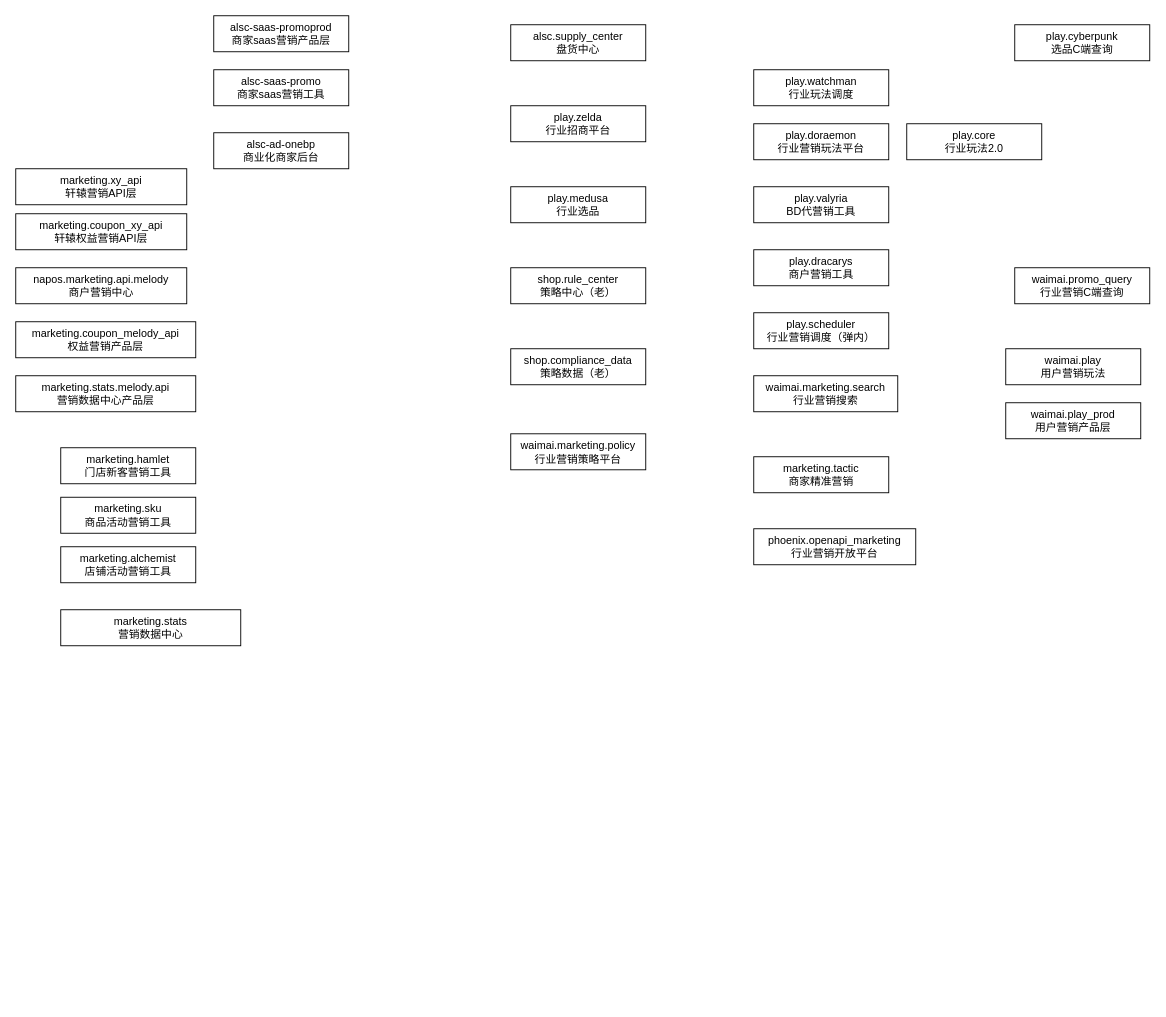
Above: page "招选链路" (8 of 9) of 营销业务梳理.drawio in jon-kong/draw.io (draw.io), before the change. Source tidied: cells renumbered, new cells numbered last; positions are measured from the earlier drawing's top-left corner, leaving out a move shared by most shapes. Both pictures are drawn from the tidied source at 90%, with x=0, y=0 at pixel (15, 15).
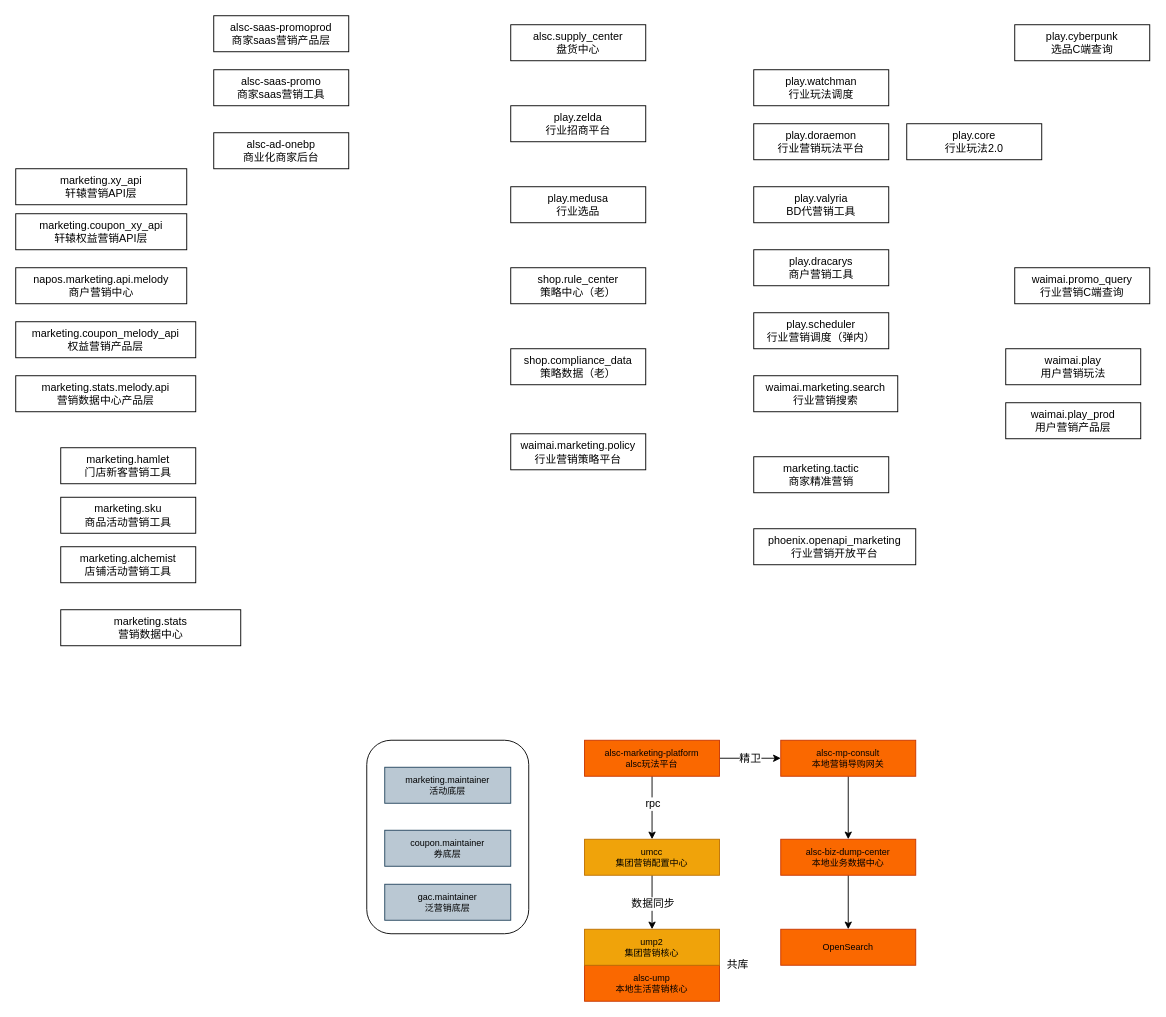
The same diagram, later.

Commit message:
Update 营销业务梳理.drawio

What changed in the source:
```diff
@@
+    <mxCell id="33" style="rounded=1;whiteSpace=wrap;html=1;labelBackgroundColor=none;fontSize=12;fillColor=none;" parent="1" vertex="1">
+      <mxGeometry x="390" y="805" width="180" height="215" as="geometry" />
+    </mxCell>
+    <mxCell id="34" value="marketing.maintainer&lt;br&gt;活动底层" style="rounded=0;fontSize=10;labelBackgroundColor=none;html=1;whiteSpace=wrap;fillColor=#bac8d3;strokeColor=#23445d;" parent="1" vertex="1">
+      <mxGeometry x="410" y="835" width="140" height="40" as="geometry" />
+    </mxCell>
+    <mxCell id="35" style="edgeStyle=orthogonalEdgeStyle;rounded=0;jettySize=auto;html=1;exitX=0.5;exitY=1;exitDx=0;exitDy=0;fontSize=12;" parent="1" edge="1" source="39" target="42">
+      <mxGeometry relative="1" as="geometry" />
+    </mxCell>
+    <mxCell id="36" value="rpc" style="edgeLabel;html=1;align=center;verticalAlign=middle;fontSize=12;" parent="35" vertex="1">
+      <mxGeometry x="-0.14" relative="1" as="geometry" />
+    </mxCell>
+    <mxCell id="37" style="edgeStyle=orthogonalEdgeStyle;rounded=0;jettySize=auto;html=1;exitX=1;exitY=0.5;exitDx=0;exitDy=0;fontSize=12;" parent="1" edge="1" source="39" target="44">
+      <mxGeometry relative="1" as="geometry" />
+    </mxCell>
+    <mxCell id="38" value="精卫" style="edgeLabel;html=1;align=center;verticalAlign=middle;fontSize=12;" parent="37" vertex="1">
+      <mxGeometry x="-0.03" relative="1" as="geometry" />
+    </mxCell>
+    <mxCell id="39" value="alsc-marketing-platform&lt;br&gt;alsc玩法平台" style="rounded=0;fontSize=10;labelBackgroundColor=none;html=1;whiteSpace=wrap;fillColor=#fa6800;strokeColor=#C73500;fontColor=#000000;" parent="1" vertex="1">
+      <mxGeometry x="632" y="805" width="150" height="40" as="geometry" />
+    </mxCell>
+    <mxCell id="40" style="edgeStyle=orthogonalEdgeStyle;rounded=0;jettySize=auto;html=1;entryX=0.5;entryY=0;entryDx=0;entryDy=0;fontSize=12;exitX=0.5;exitY=1;exitDx=0;exitDy=0;" parent="1" edge="1" source="42" target="49">
+      <mxGeometry relative="1" as="geometry" />
+    </mxCell>
+    <mxCell id="41" value="数据同步" style="edgeLabel;html=1;align=center;verticalAlign=middle;fontSize=12;" parent="40" vertex="1">
+      <mxGeometry x="-0.15" y="4" relative="1" as="geometry">
+        <mxPoint x="-4" y="5" as="offset" />
+      </mxGeometry>
+    </mxCell>
+    <mxCell id="42" value="umcc&lt;br&gt;集团营销配置中心" style="rounded=0;fontSize=10;labelBackgroundColor=none;html=1;whiteSpace=wrap;fillColor=#f0a30a;fontColor=#000000;strokeColor=#BD7000;" parent="1" vertex="1">
+      <mxGeometry x="632" y="915" width="150" height="40" as="geometry" />
+    </mxCell>
+    <mxCell id="43" style="edgeStyle=orthogonalEdgeStyle;rounded=0;jettySize=auto;html=1;exitX=0.5;exitY=1;exitDx=0;exitDy=0;fontSize=12;" parent="1" edge="1" source="44" target="46">
+      <mxGeometry relative="1" as="geometry" />
+    </mxCell>
+    <mxCell id="44" value="alsc-mp-consult&lt;br&gt;本地营销导购网关" style="rounded=0;fontSize=10;labelBackgroundColor=none;html=1;whiteSpace=wrap;fillColor=#fa6800;fontColor=#000000;strokeColor=#C73500;" parent="1" vertex="1">
+      <mxGeometry x="850" y="805" width="150" height="40" as="geometry" />
+    </mxCell>
+    <mxCell id="45" style="edgeStyle=orthogonalEdgeStyle;rounded=0;jettySize=auto;html=1;exitX=0.5;exitY=1;exitDx=0;exitDy=0;entryX=0.5;entryY=0;entryDx=0;entryDy=0;fontSize=12;" parent="1" edge="1" source="46" target="47">
+      <mxGeometry relative="1" as="geometry" />
+    </mxCell>
+    <mxCell id="46" value="alsc-biz-dump-center&lt;br&gt;本地业务数据中心" style="rounded=0;fontSize=10;labelBackgroundColor=none;html=1;whiteSpace=wrap;fillColor=#fa6800;fontColor=#000000;strokeColor=#C73500;" parent="1" vertex="1">
+      <mxGeometry x="850" y="915" width="150" height="40" as="geometry" />
+    </mxCell>
+    <mxCell id="47" value="OpenSearch" style="rounded=0;fontSize=10;labelBackgroundColor=none;html=1;whiteSpace=wrap;fillColor=#fa6800;fontColor=#000000;strokeColor=#C73500;" parent="1" vertex="1">
+      <mxGeometry x="850" y="1015" width="150" height="40" as="geometry" />
+    </mxCell>
+    <mxCell id="48" value="alsc-ump&lt;br&gt;本地生活营销核心" style="rounded=0;fontSize=10;labelBackgroundColor=none;html=1;whiteSpace=wrap;fillColor=#fa6800;fontColor=#000000;strokeColor=#C73500;" parent="1" vertex="1">
+      <mxGeometry x="632" y="1055" width="150" height="40" as="geometry" />
+    </mxCell>
+    <mxCell id="49" value="ump2&lt;br&gt;集团营销核心" style="rounded=0;fontSize=10;labelBackgroundColor=none;html=1;whiteSpace=wrap;fillColor=#f0a30a;fontColor=#000000;strokeColor=#BD7000;" parent="1" vertex="1">
+      <mxGeometry x="632" y="1015" width="150" height="40" as="geometry" />
+    </mxCell>
+    <mxCell id="50" value="共库" style="text;html=1;align=center;verticalAlign=middle;strokeColor=none;fillColor=none;fontSize=12;" parent="1" vertex="1">
+      <mxGeometry x="782" y="1045" width="40" height="20" as="geometry" />
+    </mxCell>
+    <mxCell id="51" value="coupon.maintainer&lt;br&gt;券底层" style="rounded=0;fontSize=10;labelBackgroundColor=none;html=1;whiteSpace=wrap;fillColor=#bac8d3;strokeColor=#23445d;" parent="1" vertex="1">
+      <mxGeometry x="410" y="905" width="140" height="40" as="geometry" />
+    </mxCell>
+    <mxCell id="52" value="gac.maintainer&lt;br&gt;泛营销底层" style="rounded=0;fontSize=10;labelBackgroundColor=none;html=1;whiteSpace=wrap;fillColor=#bac8d3;strokeColor=#23445d;" parent="1" vertex="1">
+      <mxGeometry x="410" y="965" width="140" height="40" as="geometry" />
+    </mxCell>
```
